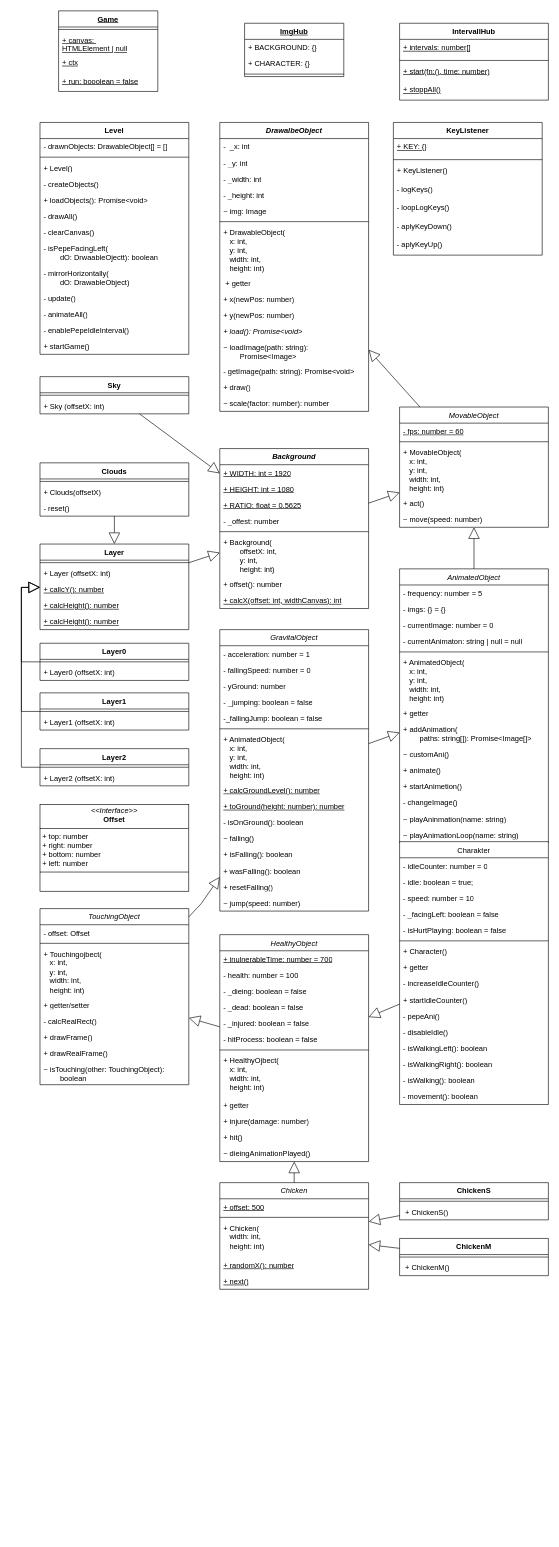
This is docs/classes.drawio from elma1989/el-pollo-loco, a draw.io file, before an edit. Source tidied: cells renumbered, new cells numbered last; positions are measured from the earlier drawing's top-left corner, leaving out a move shared by most shapes. Both pictures are drawn from the tidied source at 62%, with x=0, y=0 at pixel (21, 11).
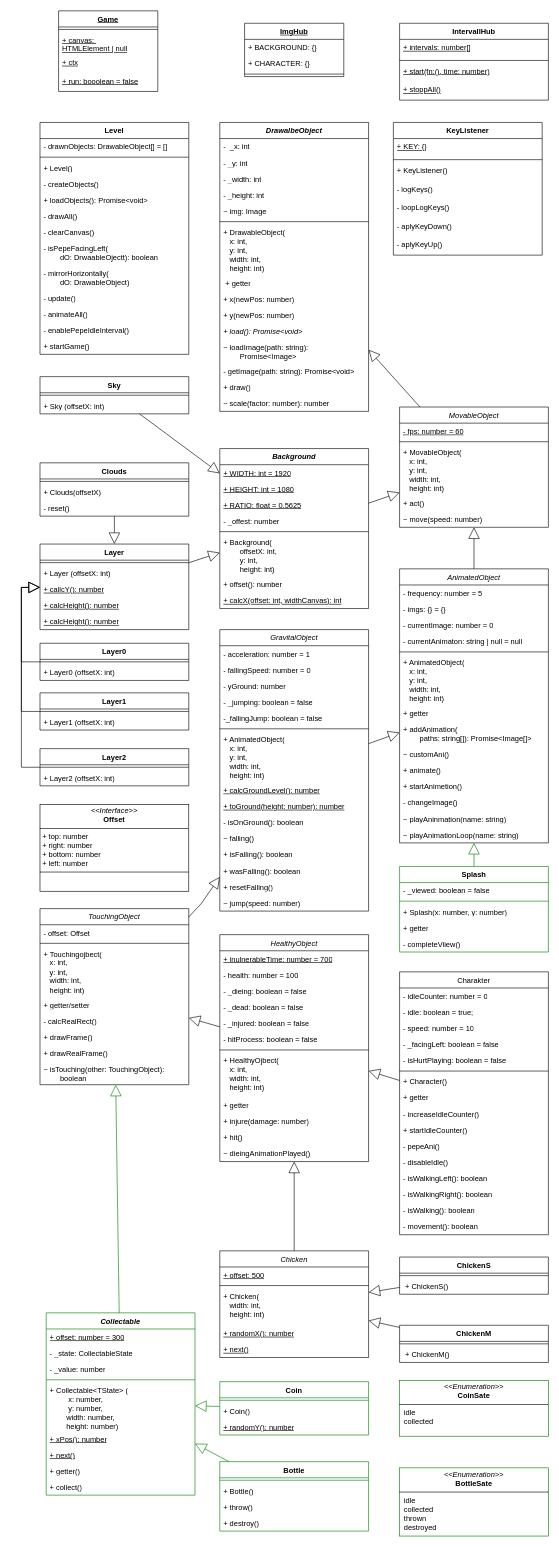
Above is the later version.

The change refers to these unchanged cells:
```xml
<mxCell id="91" value="AnimatedObject" style="swimlane;align=center;verticalAlign=top;horizontal=1;startSize=26;whiteSpace=wrap;html=1;strokeColor=default;fontStyle=2;" parent="1" vertex="1">
  <mxGeometry x="610" y="900" width="240" height="442" as="geometry" />
</mxCell>
<mxCell id="151" value="TouchingObject" style="swimlane;align=center;verticalAlign=top;horizontal=1;startSize=26;whiteSpace=wrap;html=1;strokeColor=default;fontStyle=2;fontColor=default;" parent="1" vertex="1">
  <mxGeometry x="30" y="1448" width="240" height="284" as="geometry" />
</mxCell>
```

Change to the diagram source:
```diff
@@
     <mxCell id="115" value="Charakter" style="swimlane;align=center;verticalAlign=top;horizontal=1;startSize=26;whiteSpace=wrap;html=1;strokeColor=default;fontStyle=0;" parent="1" vertex="1">
-      <mxGeometry x="610" y="1340" width="240" height="424" as="geometry" />
+      <mxGeometry x="610" y="1550" width="240" height="424" as="geometry" />
     </mxCell>
@@
     <mxCell id="175" value="Chicken" style="swimlane;align=center;verticalAlign=top;horizontal=1;startSize=26;whiteSpace=wrap;html=1;strokeColor=default;fontStyle=2;fontColor=default;" parent="1" vertex="1">
-      <mxGeometry x="320" y="1890" width="240" height="172" as="geometry" />
+      <mxGeometry x="320" y="2000" width="240" height="172" as="geometry" />
     </mxCell>
@@
     <mxCell id="183" value="ChickenS" style="swimlane;align=center;verticalAlign=top;horizontal=1;startSize=26;whiteSpace=wrap;html=1;strokeColor=default;fontStyle=1;fontColor=default;" parent="1" vertex="1">
-      <mxGeometry x="610" y="1890" width="240" height="60" as="geometry" />
+      <mxGeometry x="610" y="2010" width="240" height="60" as="geometry" />
     </mxCell>
@@
     <mxCell id="186" value="ChickenM" style="swimlane;align=center;verticalAlign=top;horizontal=1;startSize=26;whiteSpace=wrap;html=1;strokeColor=default;fontStyle=1;fontColor=default;" parent="1" vertex="1">
-      <mxGeometry x="610" y="1980" width="240" height="60" as="geometry" />
+      <mxGeometry x="610" y="2120" width="240" height="60" as="geometry" />
     </mxCell>
@@
+    <mxCell id="191" value="Collectable" style="swimlane;fontStyle=3;align=center;verticalAlign=top;horizontal=1;startSize=26;whiteSpace=wrap;html=1;strokeColor=light-dark(#008000,#80FF80);" parent="1" vertex="1">
+      <mxGeometry x="40" y="2100" width="240" height="294" as="geometry" />
+    </mxCell>
+    <mxCell id="192" value="+ offset: number = 300" style="text;strokeColor=none;fillColor=none;align=left;verticalAlign=top;spacingLeft=4;spacingRight=4;overflow=hidden;whiteSpace=wrap;html=1;fontStyle=4;" parent="191" vertex="1">
+      <mxGeometry y="26" width="240" height="26" as="geometry" />
+    </mxCell>
+    <mxCell id="193" value="- _state: CollectableState" style="text;strokeColor=none;fillColor=none;align=left;verticalAlign=top;spacingLeft=4;spacingRight=4;overflow=hidden;whiteSpace=wrap;html=1;" parent="191" vertex="1">
+      <mxGeometry y="52" width="240" height="26" as="geometry" />
+    </mxCell>
+    <mxCell id="194" value="- _value: number" style="text;strokeColor=none;fillColor=none;align=left;verticalAlign=top;spacingLeft=4;spacingRight=4;overflow=hidden;whiteSpace=wrap;html=1;" parent="191" vertex="1">
+      <mxGeometry y="78" width="240" height="26" as="geometry" />
+    </mxCell>
+    <mxCell id="195" style="line;strokeWidth=1;fillColor=none;align=left;verticalAlign=middle;spacingTop=-1;spacingLeft=3;spacingRight=3;labelPosition=right;strokeColor=inherit;" parent="191" vertex="1">
+      <mxGeometry y="104" width="240" height="8" as="geometry" />
+    </mxCell>
+    <mxCell id="196" value="+ Collectable&amp;lt;TState&amp;gt; (&lt;div&gt;&lt;span style=&quot;white-space: pre;&quot;&gt;&#9;&lt;/span&gt;&amp;nbsp;x: number,&lt;br&gt;&lt;div&gt;&lt;span style=&quot;background-color: transparent; color: light-dark(rgb(0, 0, 0), rgb(255, 255, 255));&quot;&gt;&lt;span style=&quot;white-space: pre;&quot;&gt;&#9;&lt;/span&gt;&amp;nbsp;y: number,&lt;/span&gt;&lt;/div&gt;&lt;div&gt;&lt;span style=&quot;background-color: transparent; color: light-dark(rgb(0, 0, 0), rgb(255, 255, 255));&quot;&gt;&lt;span style=&quot;white-space: pre;&quot;&gt;&#9;&lt;/span&gt;width: number,&lt;/span&gt;&lt;/div&gt;&lt;div&gt;&lt;span style=&quot;background-color: transparent; color: light-dark(rgb(0, 0, 0), rgb(255, 255, 255));&quot;&gt;&lt;span style=&quot;white-space: pre;&quot;&gt;&#9;&lt;/span&gt;height: number)&lt;br&gt;&lt;/span&gt;&lt;/div&gt;&lt;/div&gt;" style="text;strokeColor=none;fillColor=none;align=left;verticalAlign=top;spacingLeft=4;spacingRight=4;overflow=hidden;whiteSpace=wrap;html=1;" parent="191" vertex="1">
+      <mxGeometry y="112" width="240" height="78" as="geometry" />
+    </mxCell>
+    <mxCell id="197" value="+ xPos(): number" style="text;strokeColor=none;fillColor=none;align=left;verticalAlign=top;spacingLeft=4;spacingRight=4;overflow=hidden;whiteSpace=wrap;html=1;fontStyle=4;" parent="191" vertex="1">
+      <mxGeometry y="190" width="240" height="26" as="geometry" />
+    </mxCell>
+    <mxCell id="198" value="+ next()" style="text;strokeColor=none;fillColor=none;align=left;verticalAlign=top;spacingLeft=4;spacingRight=4;overflow=hidden;whiteSpace=wrap;html=1;fontStyle=4;" parent="191" vertex="1">
+      <mxGeometry y="216" width="240" height="26" as="geometry" />
+    </mxCell>
+    <mxCell id="199" value="+ getter()" style="text;strokeColor=none;fillColor=none;align=left;verticalAlign=top;spacingLeft=4;spacingRight=4;overflow=hidden;whiteSpace=wrap;html=1;" parent="191" vertex="1">
+      <mxGeometry y="242" width="240" height="26" as="geometry" />
+    </mxCell>
+    <mxCell id="200" value="+ collect()" style="text;strokeColor=none;fillColor=none;align=left;verticalAlign=top;spacingLeft=4;spacingRight=4;overflow=hidden;whiteSpace=wrap;html=1;" parent="191" vertex="1">
+      <mxGeometry y="268" width="240" height="26" as="geometry" />
+    </mxCell>
+    <mxCell id="201" style="endArrow=block;endSize=16;endFill=0;html=1;rounded=0;strokeColor=light-dark(#008000,#80FF80);" parent="1" edge="1" source="191" target="151">
+      <mxGeometry relative="1" as="geometry" />
+    </mxCell>
+    <mxCell id="202" value="Splash" style="swimlane;fontStyle=1;align=center;verticalAlign=top;horizontal=1;startSize=26;whiteSpace=wrap;html=1;strokeColor=light-dark(#008000,#80FF80);" parent="1" vertex="1">
+      <mxGeometry x="610" y="1380" width="240" height="138" as="geometry" />
+    </mxCell>
+    <mxCell id="203" value="- _viewed: boolean = false" style="text;strokeColor=none;fillColor=none;align=left;verticalAlign=top;spacingLeft=4;spacingRight=4;overflow=hidden;whiteSpace=wrap;html=1;fontStyle=0;" parent="202" vertex="1">
+      <mxGeometry y="26" width="240" height="26" as="geometry" />
+    </mxCell>
+    <mxCell id="204" style="line;strokeWidth=1;fillColor=none;align=left;verticalAlign=middle;spacingTop=-1;spacingLeft=3;spacingRight=3;labelPosition=right;strokeColor=inherit;" parent="202" vertex="1">
+      <mxGeometry y="52" width="240" height="8" as="geometry" />
+    </mxCell>
+    <mxCell id="205" value="+ Splash(&lt;span style=&quot;background-color: transparent; color: light-dark(rgb(0, 0, 0), rgb(255, 255, 255));&quot;&gt;x: number, y: number)&lt;/span&gt;" style="text;strokeColor=none;fillColor=none;align=left;verticalAlign=top;spacingLeft=4;spacingRight=4;overflow=hidden;whiteSpace=wrap;html=1;fontStyle=0;" parent="202" vertex="1">
+      <mxGeometry y="60" width="240" height="26" as="geometry" />
+    </mxCell>
+    <mxCell id="206" value="+ getter" style="text;strokeColor=none;fillColor=none;align=left;verticalAlign=top;spacingLeft=4;spacingRight=4;overflow=hidden;whiteSpace=wrap;html=1;fontStyle=0;" parent="202" vertex="1">
+      <mxGeometry y="86" width="240" height="26" as="geometry" />
+    </mxCell>
+    <mxCell id="207" value="- completeViiew()" style="text;strokeColor=none;fillColor=none;align=left;verticalAlign=top;spacingLeft=4;spacingRight=4;overflow=hidden;whiteSpace=wrap;html=1;fontStyle=0;" parent="202" vertex="1">
+      <mxGeometry y="112" width="240" height="26" as="geometry" />
+    </mxCell>
+    <mxCell id="208" style="endArrow=block;endSize=16;endFill=0;html=1;rounded=0;strokeColor=light-dark(#008000,#80FF80);" parent="1" edge="1" source="202" target="91">
+      <mxGeometry relative="1" as="geometry" />
+    </mxCell>
+    <mxCell id="209" value="Coin" style="swimlane;fontStyle=1;align=center;verticalAlign=top;horizontal=1;startSize=26;whiteSpace=wrap;html=1;strokeColor=light-dark(#008000,#80FF80);" parent="1" vertex="1">
+      <mxGeometry x="320" y="2211" width="240" height="86" as="geometry" />
+    </mxCell>
+    <mxCell id="210" style="line;strokeWidth=1;fillColor=none;align=left;verticalAlign=middle;spacingTop=-1;spacingLeft=3;spacingRight=3;labelPosition=right;strokeColor=inherit;" parent="209" vertex="1">
+      <mxGeometry y="26" width="240" height="8" as="geometry" />
+    </mxCell>
+    <mxCell id="211" value="+ Coin()" style="text;strokeColor=none;fillColor=none;align=left;verticalAlign=top;spacingLeft=4;spacingRight=4;overflow=hidden;whiteSpace=wrap;html=1;fontStyle=0;" parent="209" vertex="1">
+      <mxGeometry y="34" width="240" height="26" as="geometry" />
+    </mxCell>
+    <mxCell id="212" value="+ randomY(): number" style="text;strokeColor=none;fillColor=none;align=left;verticalAlign=top;spacingLeft=4;spacingRight=4;overflow=hidden;whiteSpace=wrap;html=1;fontStyle=4;" parent="209" vertex="1">
+      <mxGeometry y="60" width="240" height="26" as="geometry" />
+    </mxCell>
+    <mxCell id="213" style="endArrow=block;endSize=16;endFill=0;html=1;rounded=0;strokeColor=light-dark(#008000,#80FF80);" parent="1" edge="1" source="209" target="191">
+      <mxGeometry relative="1" as="geometry" />
+    </mxCell>
+    <mxCell id="214" value="&lt;p style=&quot;margin:0px;margin-top:4px;text-align:center;&quot;&gt;&lt;i&gt;&amp;lt;&amp;lt;Enumeration&amp;gt;&amp;gt;&lt;/i&gt;&lt;br&gt;&lt;b&gt;CoinSate&lt;/b&gt;&lt;/p&gt;&lt;hr size=&quot;1&quot; style=&quot;border-style:solid;&quot;&gt;&lt;p style=&quot;margin:0px;margin-left:4px;&quot;&gt;&amp;nbsp;idle&lt;/p&gt;&lt;p style=&quot;margin:0px;margin-left:4px;&quot;&gt;&amp;nbsp;collected&lt;/p&gt;" style="verticalAlign=top;align=left;overflow=fill;html=1;whiteSpace=wrap;strokeColor=light-dark(#008000,#80FF80);" parent="1" vertex="1">
+      <mxGeometry x="610" y="2209" width="240" height="90" as="geometry" />
+    </mxCell>
+    <mxCell id="215" value="Bottle" style="swimlane;fontStyle=1;align=center;verticalAlign=top;horizontal=1;startSize=26;whiteSpace=wrap;html=1;strokeColor=light-dark(#008000,#80FF80);" parent="1" vertex="1">
+      <mxGeometry x="320" y="2340" width="240" height="112" as="geometry" />
+    </mxCell>
+    <mxCell id="216" style="line;strokeWidth=1;fillColor=none;align=left;verticalAlign=middle;spacingTop=-1;spacingLeft=3;spacingRight=3;labelPosition=right;strokeColor=inherit;" parent="215" vertex="1">
+      <mxGeometry y="26" width="240" height="8" as="geometry" />
+    </mxCell>
+    <mxCell id="217" value="+ Bottle()" style="text;strokeColor=none;fillColor=none;align=left;verticalAlign=top;spacingLeft=4;spacingRight=4;overflow=hidden;whiteSpace=wrap;html=1;fontStyle=0;" parent="215" vertex="1">
+      <mxGeometry y="34" width="240" height="26" as="geometry" />
+    </mxCell>
+    <mxCell id="218" value="+ throw()" style="text;strokeColor=none;fillColor=none;align=left;verticalAlign=top;spacingLeft=4;spacingRight=4;overflow=hidden;whiteSpace=wrap;html=1;fontStyle=0;" parent="215" vertex="1">
+      <mxGeometry y="60" width="240" height="26" as="geometry" />
+    </mxCell>
+    <mxCell id="219" value="+ destroy()" style="text;strokeColor=none;fillColor=none;align=left;verticalAlign=top;spacingLeft=4;spacingRight=4;overflow=hidden;whiteSpace=wrap;html=1;fontStyle=0;" parent="215" vertex="1">
+      <mxGeometry y="86" width="240" height="26" as="geometry" />
+    </mxCell>
+    <mxCell id="220" style="endArrow=block;endSize=16;endFill=0;html=1;rounded=0;strokeColor=light-dark(#008000,#80FF80);" parent="1" edge="1" source="215" target="191">
+      <mxGeometry relative="1" as="geometry" />
+    </mxCell>
+    <mxCell id="221" value="&lt;p style=&quot;margin:0px;margin-top:4px;text-align:center;&quot;&gt;&lt;i&gt;&amp;lt;&amp;lt;Enumeration&amp;gt;&amp;gt;&lt;/i&gt;&lt;br&gt;&lt;b&gt;BottleSate&lt;/b&gt;&lt;/p&gt;&lt;hr size=&quot;1&quot; style=&quot;border-style:solid;&quot;&gt;&lt;p style=&quot;margin:0px;margin-left:4px;&quot;&gt;&amp;nbsp;idle&lt;/p&gt;&lt;p style=&quot;margin:0px;margin-left:4px;&quot;&gt;&amp;nbsp;collected&lt;/p&gt;&lt;p style=&quot;margin:0px;margin-left:4px;&quot;&gt;&amp;nbsp;thrown&lt;/p&gt;&lt;p style=&quot;margin:0px;margin-left:4px;&quot;&gt;&amp;nbsp;destroyed&lt;/p&gt;" style="verticalAlign=top;align=left;overflow=fill;html=1;whiteSpace=wrap;strokeColor=light-dark(#008000,#80FF80);" parent="1" vertex="1">
+      <mxGeometry x="610" y="2350" width="240" height="110" as="geometry" />
+    </mxCell>
```
